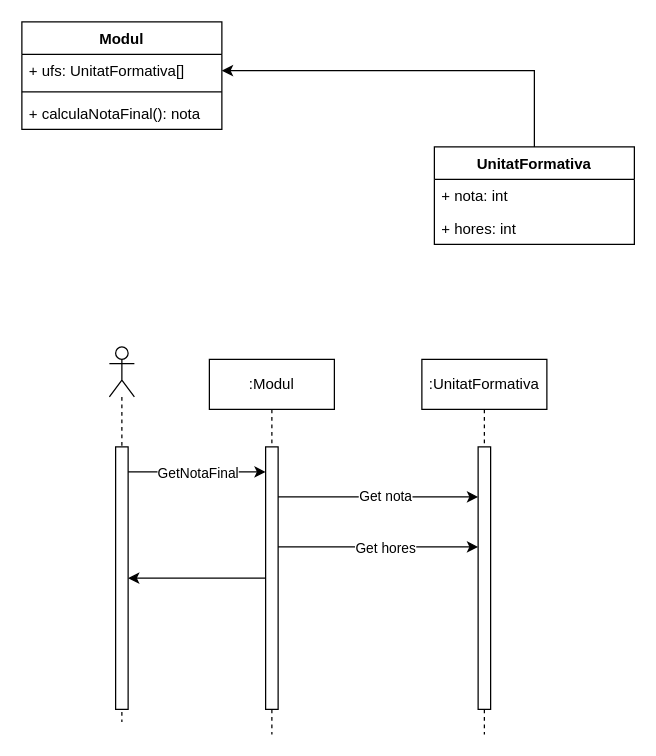
Above: .github/NotaModuls.drawio in 4strodev/qualificacions-ufs (draw.io), before the change. Source tidied: cells renumbered, new cells numbered last; positions are measured from the earlier drawing's top-left corner, leaving out a move shared by most shapes. Both pictures are drawn from the tidied source at 125%, with x=0, y=0 at pixel (21, 21).
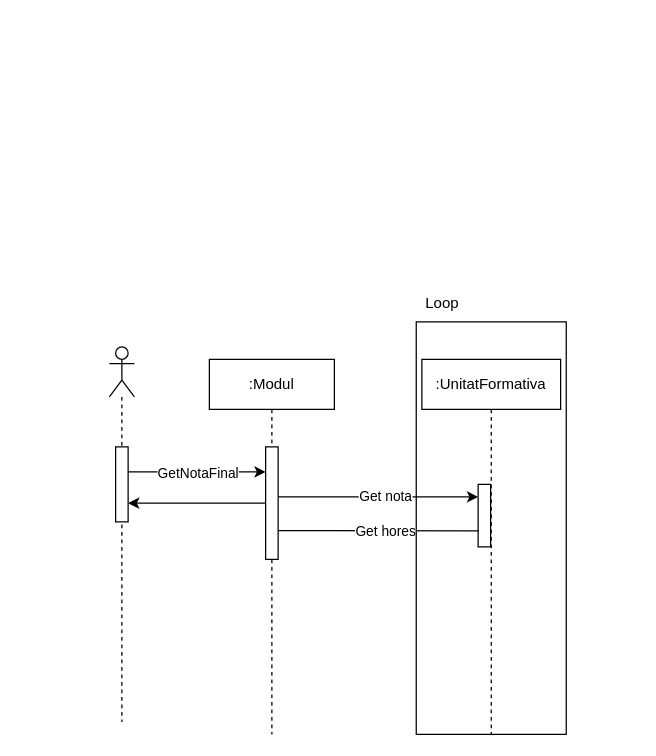
After the change.

The change refers to these unchanged cells:
```xml
<mxCell id="12" value=":Modul" style="shape=umlLifeline;perimeter=lifelinePerimeter;whiteSpace=wrap;html=1;" parent="1" vertex="1">
  <mxGeometry x="150" y="270" width="100" height="300" as="geometry" />
</mxCell>
<mxCell id="18" style="shape=umlLifeline;participant=umlActor;perimeter=lifelinePerimeter;whiteSpace=wrap;html=1;verticalAlign=top;spacingTop=36;" parent="1" vertex="1">
  <mxGeometry x="70" y="260" width="20" height="300" as="geometry" />
</mxCell>
```

Diff of the diagram source:
```diff
@@
-    <mxCell id="2" value="Modul" style="swimlane;fontStyle=1;align=center;verticalAlign=top;horizontal=1;startSize=26;" parent="1" vertex="1">
-      <mxGeometry width="160" height="86" as="geometry" />
-    </mxCell>
-    <mxCell id="3" value="+ ufs: UnitatFormativa[]" style="text;strokeColor=none;fillColor=none;align=left;verticalAlign=top;spacingLeft=4;spacingRight=4;overflow=hidden;points=[[0,0.5],[1,0.5]];portConstraint=eastwest;" parent="2" vertex="1">
-      <mxGeometry y="26" width="160" height="26" as="geometry" />
-    </mxCell>
-    <mxCell id="4" style="line;strokeWidth=1;fillColor=none;align=left;verticalAlign=middle;spacingTop=-1;spacingLeft=3;spacingRight=3;labelPosition=right;strokeColor=inherit;" parent="2" vertex="1">
-      <mxGeometry y="52" width="160" height="8" as="geometry" />
-    </mxCell>
-    <mxCell id="5" value="+ calculaNotaFinal(): nota" style="text;strokeColor=none;fillColor=none;align=left;verticalAlign=top;spacingLeft=4;spacingRight=4;overflow=hidden;" parent="2" vertex="1">
-      <mxGeometry y="60" width="160" height="26" as="geometry" />
-    </mxCell>
-    <mxCell id="6" style="edgeStyle=orthogonalEdgeStyle;rounded=0;jettySize=auto;html=1;" parent="1" edge="1" source="7" target="3">
-      <mxGeometry relative="1" as="geometry" />
-    </mxCell>
-    <mxCell id="7" value="UnitatFormativa" style="swimlane;fontStyle=1;align=center;verticalAlign=top;horizontal=1;startSize=26;" parent="1" vertex="1">
-      <mxGeometry x="330" y="100" width="160" height="78" as="geometry" />
-    </mxCell>
-    <mxCell id="8" value="+ nota: int" style="text;strokeColor=none;fillColor=none;align=left;verticalAlign=top;spacingLeft=4;spacingRight=4;overflow=hidden;" parent="7" vertex="1">
-      <mxGeometry y="26" width="160" height="26" as="geometry" />
-    </mxCell>
-    <mxCell id="9" value="+ hores: int" style="text;strokeColor=none;fillColor=none;align=left;verticalAlign=top;spacingLeft=4;spacingRight=4;overflow=hidden;" parent="7" vertex="1">
-      <mxGeometry y="52" width="160" height="26" as="geometry" />
-    </mxCell>
     <mxCell id="10" value=":UnitatFormativa" style="shape=umlLifeline;perimeter=lifelinePerimeter;whiteSpace=wrap;html=1;" parent="1" vertex="1">
-      <mxGeometry x="320" y="270" width="100" height="300" as="geometry" />
+      <mxGeometry x="320" y="270" width="111" height="300" as="geometry" />
     </mxCell>
     <mxCell id="11" style="html=1;points=[];perimeter=orthogonalPerimeter;" parent="10" vertex="1">
-      <mxGeometry x="45" y="70" width="10" height="210" as="geometry" />
+      <mxGeometry x="45" y="100" width="10" height="50" as="geometry" />
     </mxCell>
@@
     <mxCell id="13" style="html=1;points=[];perimeter=orthogonalPerimeter;" parent="12" vertex="1">
-      <mxGeometry x="45" y="70" width="10" height="210" as="geometry" />
+      <mxGeometry x="45" y="70" width="10" height="90" as="geometry" />
     </mxCell>
@@
-    <mxCell id="16" style="edgeStyle=orthogonalEdgeStyle;rounded=0;jettySize=auto;html=1;" parent="1" edge="1" source="13" target="11">
-      <mxGeometry relative="1" as="geometry">
-        <Array as="points">
-          <mxPoint x="280" y="420" />
-          <mxPoint x="280" y="420" />
-        </Array>
-      </mxGeometry>
-    </mxCell>
-    <mxCell id="17" value="Get hores" style="edgeLabel;html=1;align=center;verticalAlign=middle;" parent="16" vertex="1">
-      <mxGeometry x="-0.32" y="-4" relative="1" as="geometry">
-        <mxPoint x="31" y="-4" as="offset" />
-      </mxGeometry>
-    </mxCell>
@@
     <mxCell id="19" style="html=1;points=[];perimeter=orthogonalPerimeter;" parent="18" vertex="1">
-      <mxGeometry x="5" y="80" width="10" height="210" as="geometry" />
+      <mxGeometry x="5" y="80" width="10" height="60" as="geometry" />
     </mxCell>
@@
     <mxCell id="22" style="edgeStyle=orthogonalEdgeStyle;rounded=0;jettySize=auto;html=1;" parent="1" edge="1" source="13" target="19">
-      <mxGeometry relative="1" as="geometry" />
+      <mxGeometry relative="1" as="geometry">
+        <Array as="points">
+          <mxPoint x="111" y="385" />
+          <mxPoint x="111" y="385" />
+        </Array>
+      </mxGeometry>
     </mxCell>
+    <mxCell id="23" value="Loop" style="text;html=1;align=center;verticalAlign=middle;strokeColor=none;fillColor=none;" parent="1" vertex="1">
+      <mxGeometry x="311" y="210" width="50" height="30" as="geometry" />
+    </mxCell>
+    <mxCell id="16" style="edgeStyle=orthogonalEdgeStyle;rounded=0;jettySize=auto;html=1;endArrow=none;entryX=0.071;entryY=0.743;entryDx=0;entryDy=0;entryPerimeter=0;" parent="1" edge="1" source="13" target="11">
+      <mxGeometry relative="1" as="geometry">
+        <Array as="points">
+          <mxPoint x="241" y="407" />
+          <mxPoint x="241" y="407" />
+        </Array>
+      </mxGeometry>
+    </mxCell>
+    <mxCell id="17" value="Get hores" style="edgeLabel;html=1;align=center;verticalAlign=middle;" parent="16" vertex="1">
+      <mxGeometry x="-0.32" y="-4" relative="1" as="geometry">
+        <mxPoint x="31" y="-4" as="offset" />
+      </mxGeometry>
+    </mxCell>
+    <mxCell id="24" style="rounded=0;whiteSpace=wrap;html=1;fillColor=none;" parent="1" vertex="1">
+      <mxGeometry x="315.5" y="240" width="120" height="330" as="geometry" />
+    </mxCell>
```
